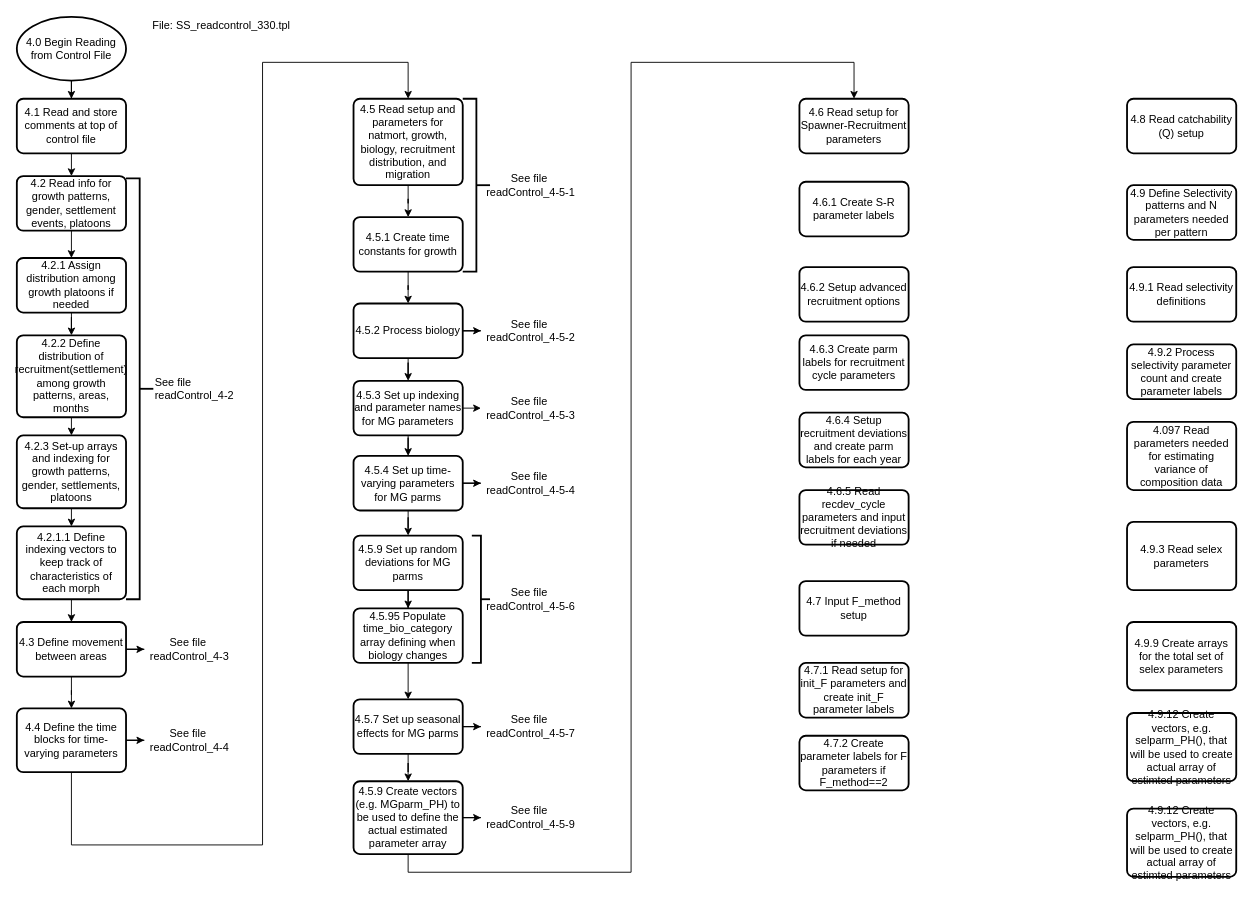
Above: readControl.drawio in nmfs-ost/ss3-flowcharts (draw.io), before the change. Source tidied: cells renumbered, new cells numbered last; positions are measured from the earlier drawing's top-left corner, leaving out a move shared by most shapes. Both pictures are drawn from the tidied source at 91%, with x=0, y=0 at pixel (16, 16).
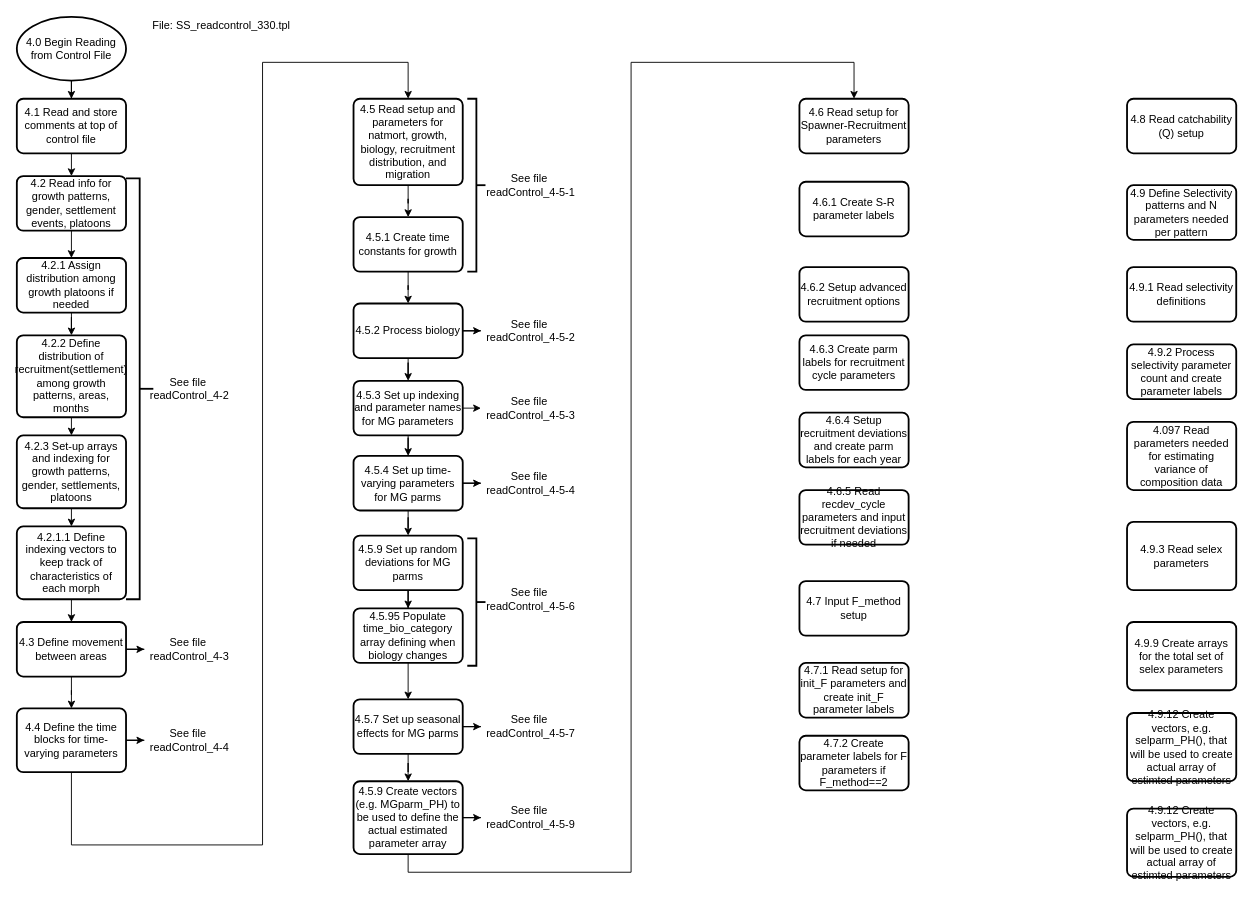
The same diagram, later.

Change to the diagram source:
```diff
@@
-    <mxCell id="2" value="&lt;span style=&quot;text-align: center&quot;&gt;See file&amp;nbsp;&lt;/span&gt;&lt;br style=&quot;text-align: center&quot;&gt;&lt;span style=&quot;text-align: center&quot;&gt;readControl_4-2&lt;/span&gt;" style="strokeWidth=2;html=1;shape=mxgraph.flowchart.annotation_2;align=left;labelPosition=right;direction=west;" parent="1" vertex="1">
+    <mxCell id="2" style="strokeWidth=2;html=1;shape=mxgraph.flowchart.annotation_2;align=left;labelPosition=right;direction=west;" parent="1" vertex="1">
       <mxGeometry x="120" y="177.5" width="30" height="462.5" as="geometry" />
     </mxCell>
@@
     <mxCell id="64" style="strokeWidth=2;html=1;shape=mxgraph.flowchart.annotation_2;align=left;labelPosition=right;direction=west;" parent="1" vertex="1">
-      <mxGeometry x="490" y="90" width="30" height="190" as="geometry" />
+      <mxGeometry x="495" y="90" width="20" height="190" as="geometry" />
     </mxCell>
@@
     <mxCell id="73" style="strokeWidth=2;html=1;shape=mxgraph.flowchart.annotation_2;align=left;labelPosition=right;rotation=-180;" parent="1" vertex="1">
-      <mxGeometry x="500" y="570" width="20" height="140" as="geometry" />
+      <mxGeometry x="495" y="573.1" width="20" height="140" as="geometry" />
     </mxCell>
@@
+    <mxCell id="76" value="&lt;span&gt;See file&amp;nbsp;&lt;/span&gt;&lt;br&gt;&lt;span&gt;readControl_4-2&lt;/span&gt;" style="text;html=1;strokeColor=none;fillColor=none;align=center;verticalAlign=middle;whiteSpace=wrap;rounded=0;" parent="1" vertex="1">
+      <mxGeometry x="135" y="390.6" width="110" height="36.2" as="geometry" />
+    </mxCell>
```
